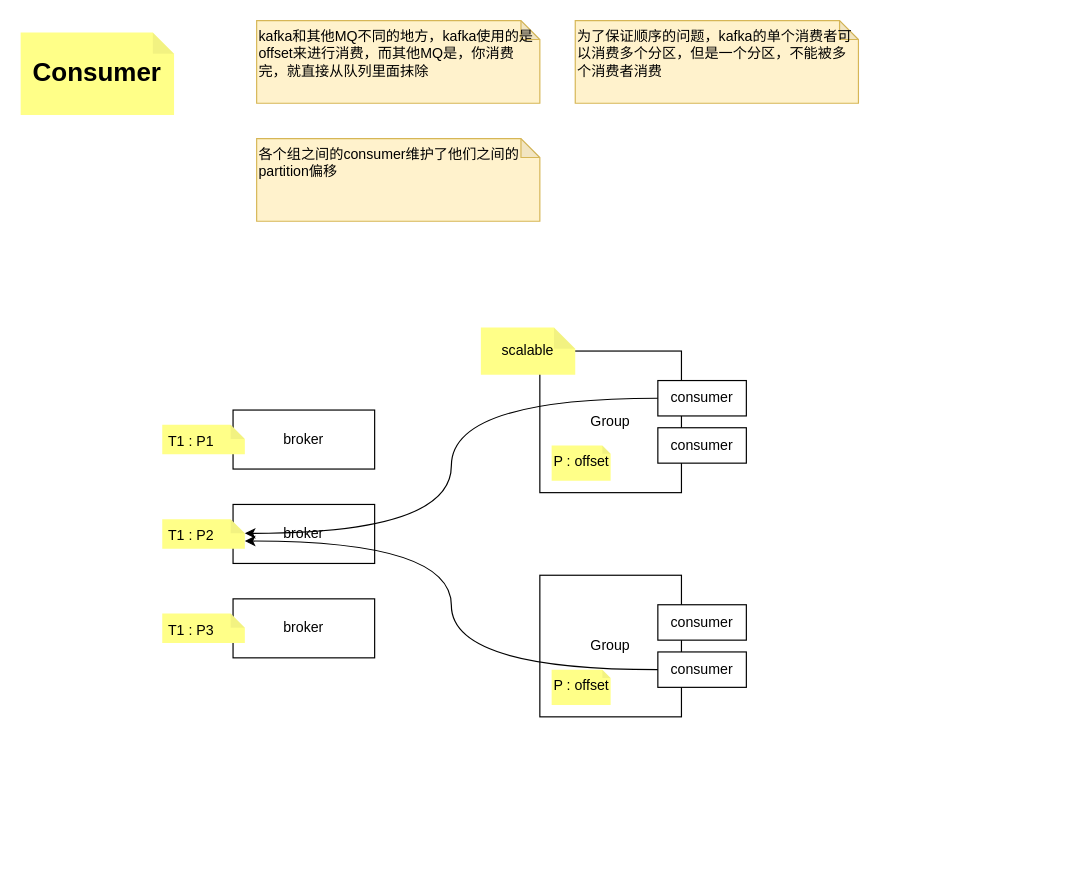
Earlier version of the draw.io diagram draw/kafka/kafka的consumer.drawio (BxcGit/draw). Source tidied: cells renumbered, new cells numbered last; positions are measured from the earlier drawing's top-left corner, leaving out a move shared by most shapes. Both pictures are drawn from the tidied source at 118%, with x=0, y=0 at pixel (20, 20).
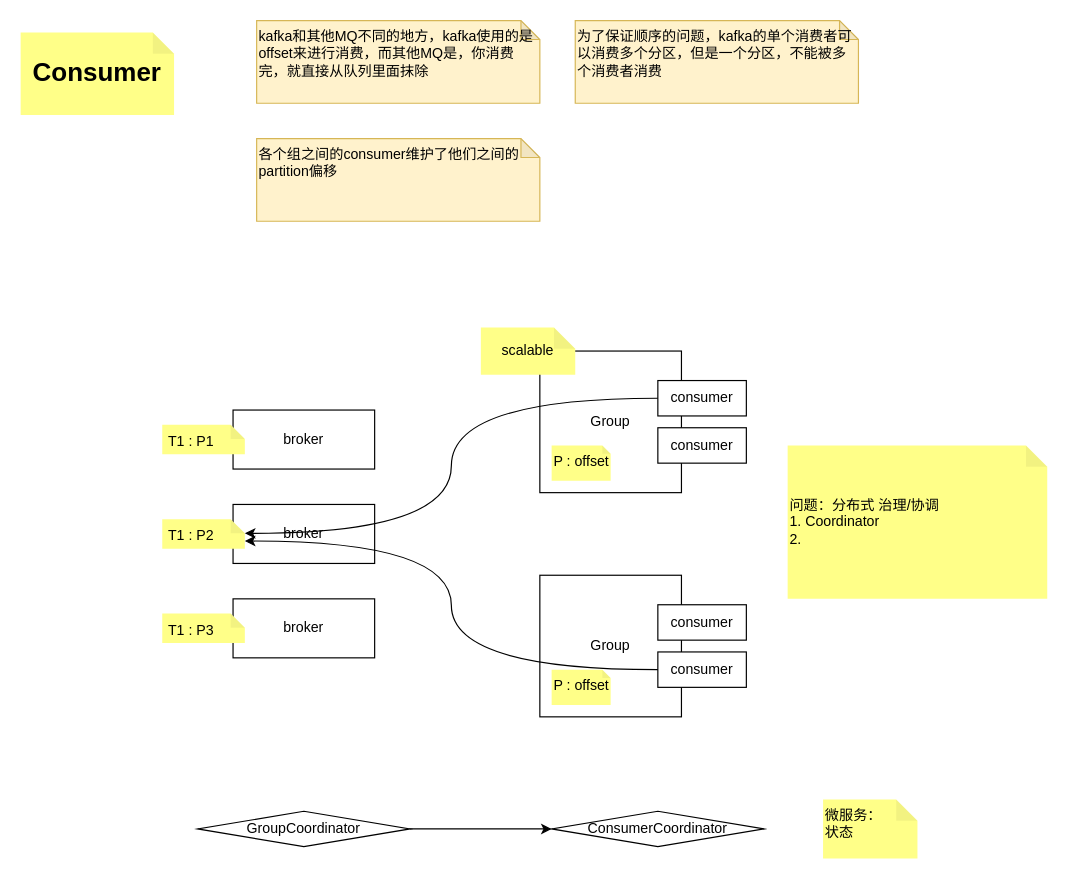
Above is the later version.

Diff of the diagram source:
```diff
@@
+    <mxCell id="23" value="问题：分布式 治理/协调&lt;div&gt;1. Coordinator&lt;/div&gt;&lt;div&gt;2.&amp;nbsp;&lt;/div&gt;" style="shape=note;whiteSpace=wrap;html=1;backgroundOutline=1;darkOpacity=0.05;fillColor=#ffff88;strokeColor=none;horizontal=1;align=left;verticalAlign=middle;size=18;" parent="1" vertex="1">
+      <mxGeometry x="650" y="360" width="220" height="130" as="geometry" />
+    </mxCell>
+    <mxCell id="24" style="edgeStyle=orthogonalEdgeStyle;rounded=0;jettySize=auto;html=1;entryX=0;entryY=0.5;entryDx=0;entryDy=0;" parent="1" edge="1" source="25" target="26">
+      <mxGeometry relative="1" as="geometry" />
+    </mxCell>
+    <mxCell id="25" value="GroupCoordinator" style="rhombus;whiteSpace=wrap;html=1;" parent="1" vertex="1">
+      <mxGeometry x="150" y="670" width="180" height="30" as="geometry" />
+    </mxCell>
+    <mxCell id="26" value="ConsumerCoordinator" style="rhombus;whiteSpace=wrap;html=1;" parent="1" vertex="1">
+      <mxGeometry x="450" y="670" width="180" height="30" as="geometry" />
+    </mxCell>
+    <mxCell id="27" style="edgeStyle=orthogonalEdgeStyle;rounded=0;orthogonalLoop=1;jettySize=auto;html=1;exitX=0.5;exitY=1;exitDx=0;exitDy=0;" parent="1" edge="1" source="25" target="25">
+      <mxGeometry relative="1" as="geometry" />
+    </mxCell>
+    <mxCell id="28" value="微服务：&lt;div&gt;状态&lt;/div&gt;" style="shape=note;whiteSpace=wrap;html=1;backgroundOutline=1;darkOpacity=0.05;fillColor=#ffff88;strokeColor=none;horizontal=1;align=left;verticalAlign=top;size=18;" parent="1" vertex="1">
+      <mxGeometry x="680" y="660" width="80" height="50" as="geometry" />
+    </mxCell>
```
